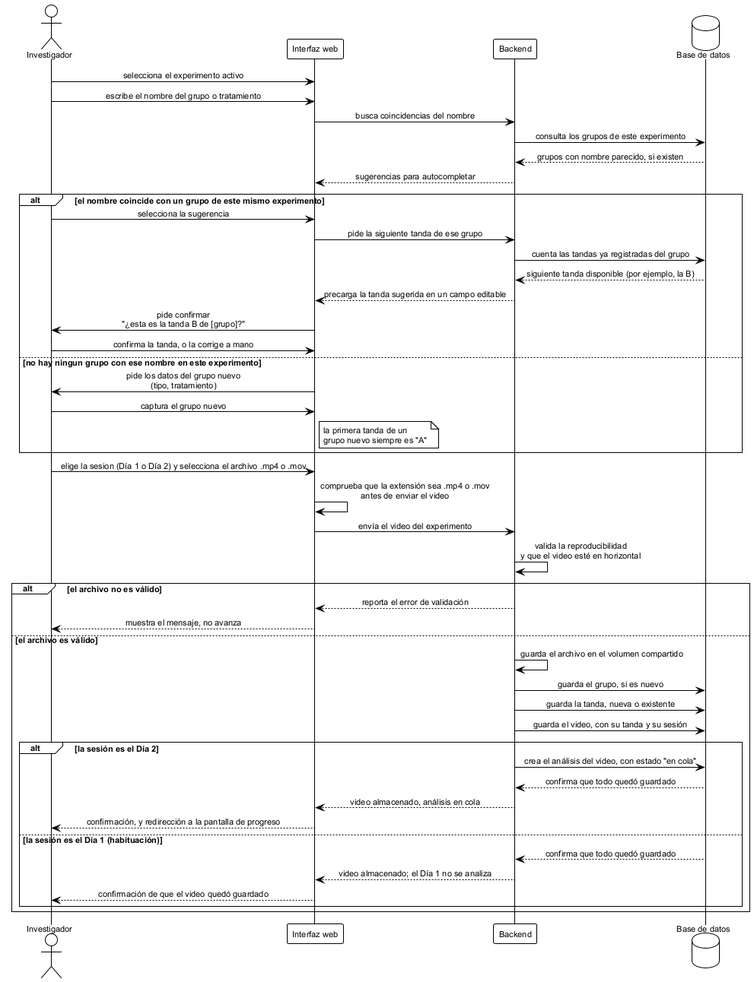
This is figures/diagramas/seq_carga_video.png from ErickJester/fst-ai-system-latex, a PlantUML export, as it was before one commit.
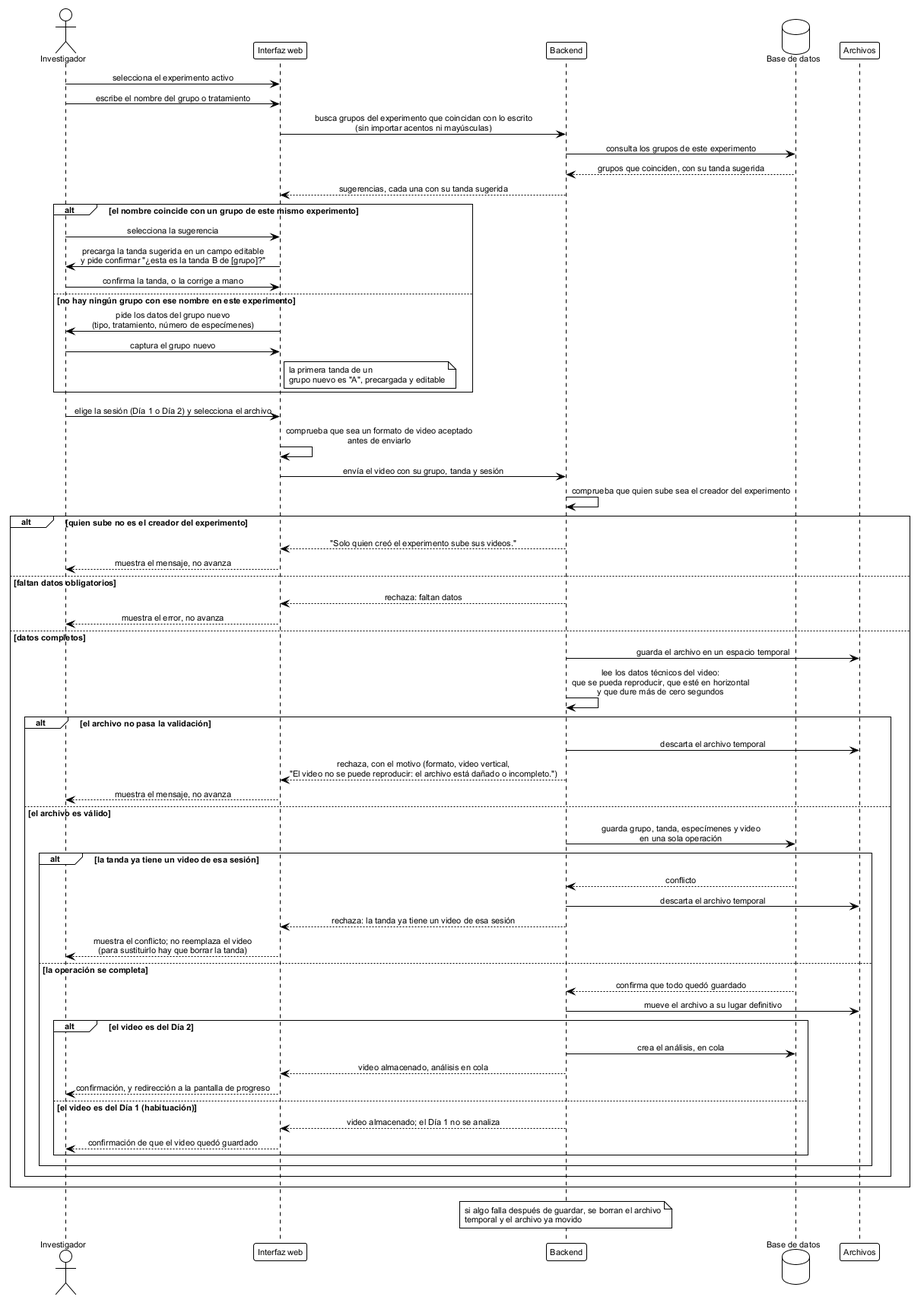
After the commit.

Diff of the diagram source:
```diff
@@ -11,56 +11,73 @@
 participant "Interfaz web" as ui
 participant Backend as api
 database "Base de datos" as db
+participant "Archivos" as fs
 
 inv -> ui: selecciona el experimento activo
 inv -> ui: escribe el nombre del grupo o tratamiento
 
-ui -> api: busca coincidencias del nombre
+ui -> api: busca grupos del experimento que coincidan con lo escrito\n(sin importar acentos ni mayúsculas)
 api -> db: consulta los grupos de este experimento
-db --> api: grupos con nombre parecido, si existen
-api --> ui: sugerencias para autocompletar
+db --> api: grupos que coinciden, con su tanda sugerida
+api --> ui: sugerencias, cada una con su tanda sugerida
 
 alt el nombre coincide con un grupo de este mismo experimento
   inv -> ui: selecciona la sugerencia
-  ui -> api: pide la siguiente tanda de ese grupo
-  api -> db: cuenta las tandas ya registradas del grupo
-  db --> api: siguiente tanda disponible (por ejemplo, la B)
-  api --> ui: precarga la tanda sugerida en un campo editable
-  ui -> inv: pide confirmar\n"¿esta es la tanda B de [grupo]?"
+  ui -> inv: precarga la tanda sugerida en un campo editable\ny pide confirmar "¿esta es la tanda B de [grupo]?"
   inv -> ui: confirma la tanda, o la corrige a mano
-else no hay ningun grupo con ese nombre en este experimento
-  ui -> inv: pide los datos del grupo nuevo\n(tipo, tratamiento)
+else no hay ningún grupo con ese nombre en este experimento
+  ui -> inv: pide los datos del grupo nuevo\n(tipo, tratamiento, número de especímenes)
   inv -> ui: captura el grupo nuevo
   note right of ui
     la primera tanda de un
-    grupo nuevo siempre es "A"
+    grupo nuevo es "A", precargada y editable
   end note
 end
 
-inv -> ui: elige la sesion (Día 1 o Día 2) y selecciona el archivo .mp4 o .mov
-ui -> ui: comprueba que la extensión sea .mp4 o .mov\nantes de enviar el video
-ui -> api: envía el video del experimento
+inv -> ui: elige la sesión (Día 1 o Día 2) y selecciona el archivo
+ui -> ui: comprueba que sea un formato de video aceptado\nantes de enviarlo
+ui -> api: envía el video con su grupo, tanda y sesión
 
-api -> api: valida la reproducibilidad\ny que el video esté en horizontal
+api -> api: comprueba que quien sube sea el creador del experimento
+alt quien sube no es el creador del experimento
+  api --> ui: "Solo quien creó el experimento sube sus videos."
+  ui --> inv: muestra el mensaje, no avanza
+else faltan datos obligatorios
+  api --> ui: rechaza: faltan datos
+  ui --> inv: muestra el error, no avanza
+else datos completos
+  api -> fs: guarda el archivo en un espacio temporal
+  api -> api: lee los datos técnicos del video:\nque se pueda reproducir, que esté en horizontal\ny que dure más de cero segundos
 
-alt el archivo no es válido
-  api --> ui: reporta el error de validación
-  ui --> inv: muestra el mensaje, no avanza
-else el archivo es válido
-  api -> api: guarda el archivo en el volumen compartido
-  api -> db: guarda el grupo, si es nuevo
-  api -> db: guarda la tanda, nueva o existente
-  api -> db: guarda el video, con su tanda y su sesión
-  alt la sesión es el Día 2
-    api -> db: crea el análisis del video, con estado "en cola"
-    db --> api: confirma que todo quedó guardado
-    api --> ui: video almacenado, análisis en cola
-    ui --> inv: confirmación, y redirección a la pantalla de progreso
-  else la sesión es el Día 1 (habituación)
-    db --> api: confirma que todo quedó guardado
-    api --> ui: video almacenado; el Día 1 no se analiza
-    ui --> inv: confirmación de que el video quedó guardado
+  alt el archivo no pasa la validación
+    api -> fs: descarta el archivo temporal
+    api --> ui: rechaza, con el motivo (formato, video vertical,\n"El video no se puede reproducir: el archivo está dañado o incompleto.")
+    ui --> inv: muestra el mensaje, no avanza
+  else el archivo es válido
+    api -> db: guarda grupo, tanda, especímenes y video\nen una sola operación
+    alt la tanda ya tiene un video de esa sesión
+      db --> api: conflicto
+      api -> fs: descarta el archivo temporal
+      api --> ui: rechaza: la tanda ya tiene un video de esa sesión
+      ui --> inv: muestra el conflicto; no reemplaza el video\n(para sustituirlo hay que borrar la tanda)
+    else la operación se completa
+      db --> api: confirma que todo quedó guardado
+      api -> fs: mueve el archivo a su lugar definitivo
+      alt el video es del Día 2
+        api -> db: crea el análisis, en cola
+        api --> ui: video almacenado, análisis en cola
+        ui --> inv: confirmación, y redirección a la pantalla de progreso
+      else el video es del Día 1 (habituación)
+        api --> ui: video almacenado; el Día 1 no se analiza
+        ui --> inv: confirmación de que el video quedó guardado
+      end
+    end
   end
 end
 
+note over api
+  si algo falla después de guardar, se borran el archivo
+  temporal y el archivo ya movido
+end note
+
 @enduml
```
